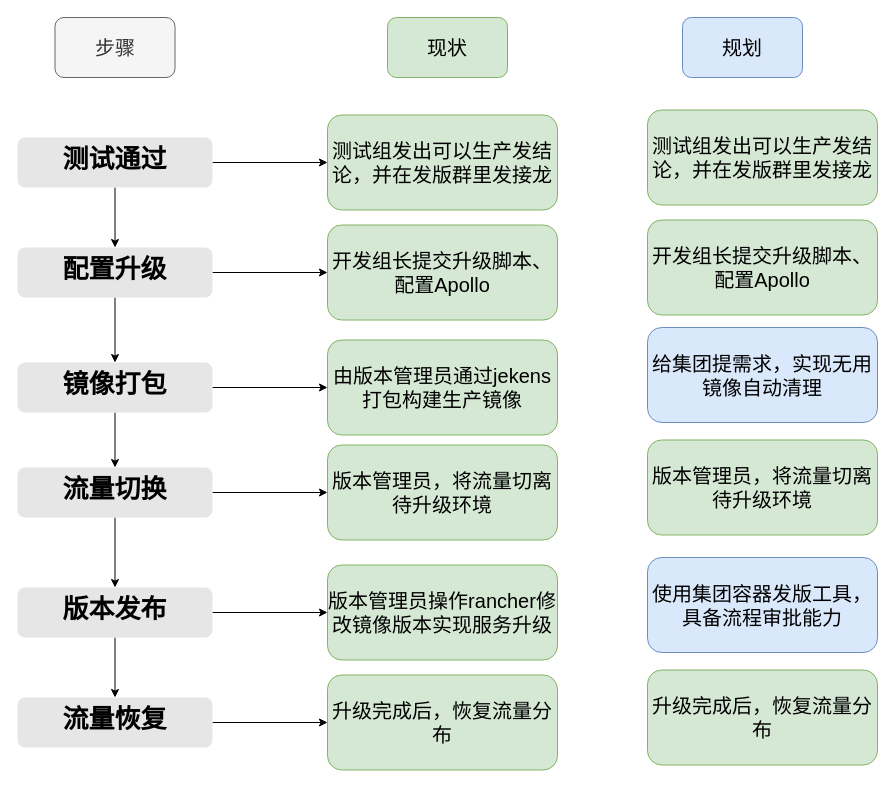
This is page "Page-1" (1 of 2) of 未命名绘图.drawio from java-zengguang/images, a draw.io file, before an edit. Source tidied: cells renumbered, new cells numbered last; positions are measured from the earlier drawing's top-left corner, leaving out a move shared by most shapes. Both pictures are drawn from the tidied source at 100%, with x=0, y=0 at pixel (17, 17).
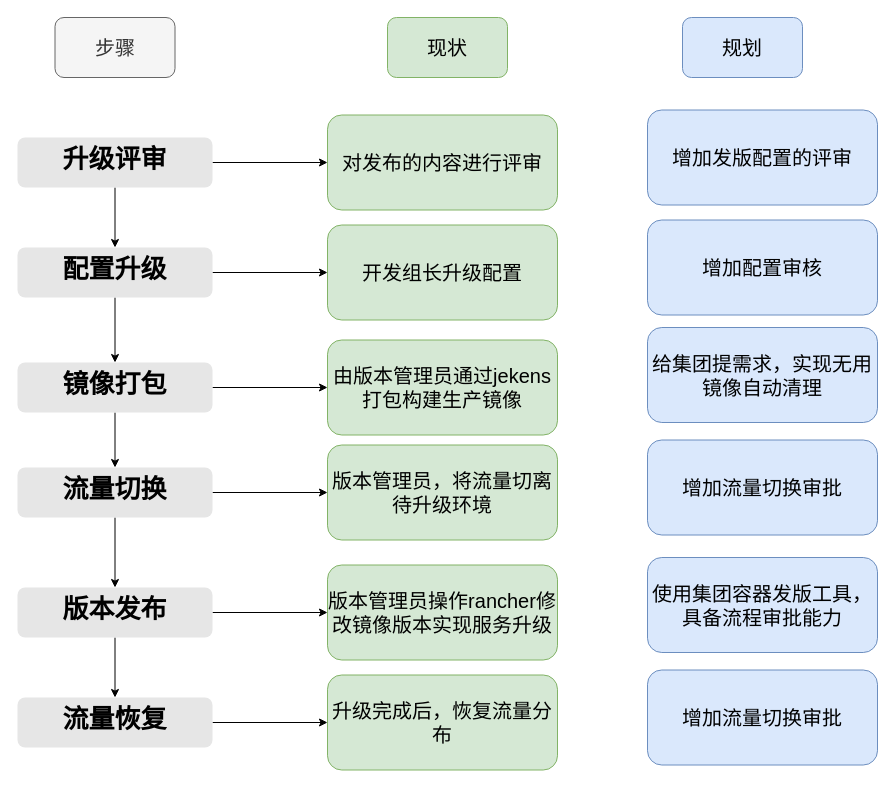
The same diagram, later.

Commit message:
更新未命名绘图.drawio

Diff of the diagram source:
```diff
@@
-    <mxCell id="4" value="&lt;h1&gt;测试通过&lt;/h1&gt;&lt;h1&gt;&lt;p style=&quot;font-size: 13px; font-weight: 400;&quot;&gt;&lt;br&gt;&lt;/p&gt;&lt;/h1&gt;" style="text;html=1;spacing=5;spacingTop=-20;whiteSpace=wrap;overflow=hidden;strokeColor=none;strokeWidth=3;fillColor=#E6E6E6;fontSize=13;fontColor=#000000;align=center;rounded=1;" parent="1" vertex="1">
+    <mxCell id="4" value="&lt;h1&gt;升级评审&lt;/h1&gt;" style="text;html=1;spacing=5;spacingTop=-20;whiteSpace=wrap;overflow=hidden;strokeColor=none;strokeWidth=3;fillColor=#E6E6E6;fontSize=13;fontColor=#000000;align=center;rounded=1;" parent="1" vertex="1">
       <mxGeometry y="120" width="195" height="50" as="geometry" />
     </mxCell>
@@
-    <mxCell id="19" value="&lt;font style=&quot;font-size: 20px;&quot;&gt;测试组发出可以生产发结论，并在发版群里发接龙&lt;/font&gt;" style="rounded=1;whiteSpace=wrap;html=1;fillColor=#d5e8d4;strokeColor=#82b366;" parent="1" vertex="1">
+    <mxCell id="19" value="&lt;span style=&quot;font-size: 20px;&quot;&gt;对发布的内容进行评审&lt;/span&gt;" style="rounded=1;whiteSpace=wrap;html=1;fillColor=#d5e8d4;strokeColor=#82b366;" parent="1" vertex="1">
       <mxGeometry x="310" y="97.5" width="230" height="95" as="geometry" />
     </mxCell>
-    <mxCell id="20" value="&lt;font style=&quot;font-size: 20px;&quot;&gt;开发组长提交升级脚本、配置Apollo&lt;/font&gt;" style="rounded=1;whiteSpace=wrap;html=1;fillColor=#d5e8d4;strokeColor=#82b366;" parent="1" vertex="1">
+    <mxCell id="20" value="&lt;span style=&quot;font-size: 20px;&quot;&gt;开发组长升级配置&lt;/span&gt;" style="rounded=1;whiteSpace=wrap;html=1;fillColor=#d5e8d4;strokeColor=#82b366;" parent="1" vertex="1">
       <mxGeometry x="310" y="207.5" width="230" height="95" as="geometry" />
     </mxCell>
@@
-    <mxCell id="30" value="&lt;font style=&quot;font-size: 20px;&quot;&gt;测试组发出可以生产发结论，并在发版群里发接龙&lt;/font&gt;" style="rounded=1;whiteSpace=wrap;html=1;fillColor=#d5e8d4;strokeColor=#82b366;" parent="1" vertex="1">
+    <mxCell id="30" value="&lt;span style=&quot;font-size: 20px;&quot;&gt;增加发版配置的评审&lt;/span&gt;" style="rounded=1;whiteSpace=wrap;html=1;fillColor=#dae8fc;strokeColor=#6c8ebf;" parent="1" vertex="1">
       <mxGeometry x="630" y="92.5" width="230" height="95" as="geometry" />
     </mxCell>
-    <mxCell id="31" value="&lt;font style=&quot;font-size: 20px;&quot;&gt;开发组长提交升级脚本、配置Apollo&lt;/font&gt;" style="rounded=1;whiteSpace=wrap;html=1;fillColor=#d5e8d4;strokeColor=#82b366;" parent="1" vertex="1">
+    <mxCell id="31" value="&lt;span style=&quot;font-size: 20px;&quot;&gt;增加配置审核&lt;/span&gt;" style="rounded=1;whiteSpace=wrap;html=1;fillColor=#dae8fc;strokeColor=#6c8ebf;" parent="1" vertex="1">
       <mxGeometry x="630" y="202.5" width="230" height="95" as="geometry" />
     </mxCell>
-    <mxCell id="32" value="&lt;font style=&quot;font-size: 20px;&quot;&gt;版本管理员，将流量切离待升级环境&lt;/font&gt;" style="rounded=1;whiteSpace=wrap;html=1;fillColor=#d5e8d4;strokeColor=#82b366;" parent="1" vertex="1">
+    <mxCell id="32" value="&lt;font style=&quot;font-size: 20px;&quot;&gt;增加流量切换审批&lt;/font&gt;" style="rounded=1;whiteSpace=wrap;html=1;fillColor=#dae8fc;strokeColor=#6c8ebf;" parent="1" vertex="1">
       <mxGeometry x="630" y="422.5" width="230" height="95" as="geometry" />
     </mxCell>
-    <mxCell id="33" value="&lt;font style=&quot;font-size: 20px;&quot;&gt;升级完成后，恢复流量分布&lt;/font&gt;" style="rounded=1;whiteSpace=wrap;html=1;fillColor=#d5e8d4;strokeColor=#82b366;" parent="1" vertex="1">
+    <mxCell id="33" value="&lt;span style=&quot;font-size: 20px;&quot;&gt;增加流量切换审批&lt;/span&gt;" style="rounded=1;whiteSpace=wrap;html=1;fillColor=#dae8fc;strokeColor=#6c8ebf;" parent="1" vertex="1">
       <mxGeometry x="630" y="652.5" width="230" height="95" as="geometry" />
     </mxCell>
```
